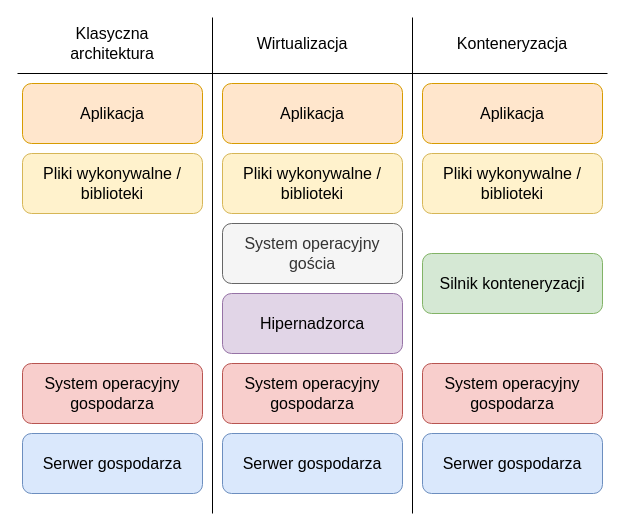
Above: thesis/res/draw.io/virtualizationAndContenerizatrionComparison.drawio in arokasprz100/Bachelor-thesis (draw.io), before the change. Source tidied: cells renumbered, new cells numbered last; positions are measured from the earlier drawing's top-left corner, leaving out a move shared by most shapes. Both pictures are drawn from the tidied source at 100%, with x=0, y=0 at pixel (17, 17).
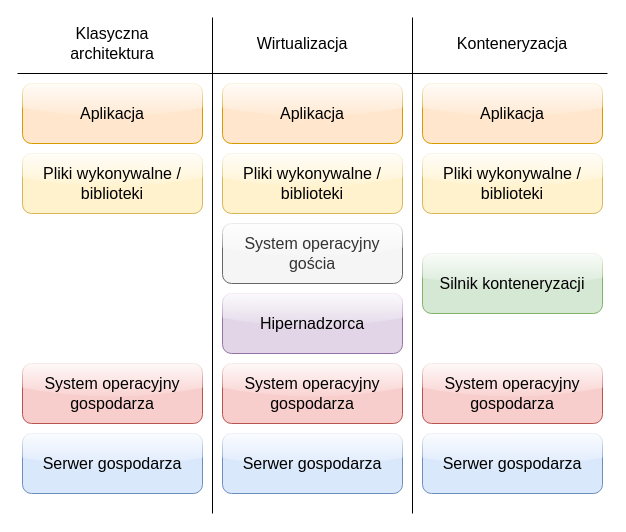
The same page after the edit.

What changed in the source:
```diff
@@
-    <mxCell id="8" value="&lt;font style=&quot;font-size: 16px&quot;&gt;Serwer gospodarza&lt;br&gt;&lt;/font&gt;" style="rounded=1;whiteSpace=wrap;html=1;fillColor=#dae8fc;strokeColor=#6c8ebf;" parent="1" vertex="1">
+    <mxCell id="8" value="&lt;font style=&quot;font-size: 16px&quot;&gt;Serwer gospodarza&lt;br&gt;&lt;/font&gt;" style="rounded=1;whiteSpace=wrap;html=1;fillColor=#dae8fc;strokeColor=#6c8ebf;glass=1;" parent="1" vertex="1">
       <mxGeometry x="5" y="416" width="180" height="60" as="geometry" />
     </mxCell>
-    <mxCell id="9" value="&lt;font style=&quot;font-size: 16px&quot;&gt;System operacyjny gospodarza&lt;/font&gt;" style="rounded=1;whiteSpace=wrap;html=1;fillColor=#f8cecc;strokeColor=#b85450;" parent="1" vertex="1">
+    <mxCell id="9" value="&lt;font style=&quot;font-size: 16px&quot;&gt;System operacyjny gospodarza&lt;/font&gt;" style="rounded=1;whiteSpace=wrap;html=1;fillColor=#f8cecc;strokeColor=#b85450;glass=1;" parent="1" vertex="1">
       <mxGeometry x="5" y="346" width="180" height="60" as="geometry" />
     </mxCell>
-    <mxCell id="10" value="&lt;font style=&quot;font-size: 16px&quot;&gt;Pliki wykonywalne / biblioteki&lt;br&gt;&lt;/font&gt;" style="rounded=1;whiteSpace=wrap;html=1;fillColor=#fff2cc;strokeColor=#d6b656;" parent="1" vertex="1">
+    <mxCell id="10" value="&lt;font style=&quot;font-size: 16px&quot;&gt;Pliki wykonywalne / biblioteki&lt;br&gt;&lt;/font&gt;" style="rounded=1;whiteSpace=wrap;html=1;fillColor=#fff2cc;strokeColor=#d6b656;glass=1;" parent="1" vertex="1">
       <mxGeometry x="5" y="136" width="180" height="60" as="geometry" />
     </mxCell>
-    <mxCell id="11" value="&lt;font style=&quot;font-size: 16px&quot;&gt;Aplikacja&lt;/font&gt;" style="rounded=1;whiteSpace=wrap;html=1;fillColor=#ffe6cc;strokeColor=#d79b00;" parent="1" vertex="1">
+    <mxCell id="11" value="&lt;font style=&quot;font-size: 16px&quot;&gt;Aplikacja&lt;/font&gt;" style="rounded=1;whiteSpace=wrap;html=1;fillColor=#ffe6cc;strokeColor=#d79b00;glass=1;" parent="1" vertex="1">
       <mxGeometry x="5" y="66" width="180" height="60" as="geometry" />
     </mxCell>
-    <mxCell id="12" value="&lt;font style=&quot;font-size: 16px&quot;&gt;Serwer gospodarza&lt;br&gt;&lt;/font&gt;" style="rounded=1;whiteSpace=wrap;html=1;fillColor=#dae8fc;strokeColor=#6c8ebf;" parent="1" vertex="1">
+    <mxCell id="12" value="&lt;font style=&quot;font-size: 16px&quot;&gt;Serwer gospodarza&lt;br&gt;&lt;/font&gt;" style="rounded=1;whiteSpace=wrap;html=1;fillColor=#dae8fc;strokeColor=#6c8ebf;glass=1;" parent="1" vertex="1">
       <mxGeometry x="205" y="416" width="180" height="60" as="geometry" />
     </mxCell>
-    <mxCell id="13" value="&lt;font style=&quot;font-size: 16px&quot;&gt;System operacyjny gospodarza&lt;/font&gt;" style="rounded=1;whiteSpace=wrap;html=1;fillColor=#f8cecc;strokeColor=#b85450;" parent="1" vertex="1">
+    <mxCell id="13" value="&lt;font style=&quot;font-size: 16px&quot;&gt;System operacyjny gospodarza&lt;/font&gt;" style="rounded=1;whiteSpace=wrap;html=1;fillColor=#f8cecc;strokeColor=#b85450;glass=1;" parent="1" vertex="1">
       <mxGeometry x="205" y="346" width="180" height="60" as="geometry" />
     </mxCell>
-    <mxCell id="14" value="&lt;font style=&quot;font-size: 16px&quot;&gt;Pliki wykonywalne / biblioteki&lt;br&gt;&lt;/font&gt;" style="rounded=1;whiteSpace=wrap;html=1;fillColor=#fff2cc;strokeColor=#d6b656;" parent="1" vertex="1">
+    <mxCell id="14" value="&lt;font style=&quot;font-size: 16px&quot;&gt;Pliki wykonywalne / biblioteki&lt;br&gt;&lt;/font&gt;" style="rounded=1;whiteSpace=wrap;html=1;fillColor=#fff2cc;strokeColor=#d6b656;glass=1;" parent="1" vertex="1">
       <mxGeometry x="205" y="136" width="180" height="60" as="geometry" />
     </mxCell>
-    <mxCell id="15" value="&lt;font style=&quot;font-size: 16px&quot;&gt;Aplikacja&lt;/font&gt;" style="rounded=1;whiteSpace=wrap;html=1;fillColor=#ffe6cc;strokeColor=#d79b00;" parent="1" vertex="1">
+    <mxCell id="15" value="&lt;font style=&quot;font-size: 16px&quot;&gt;Aplikacja&lt;/font&gt;" style="rounded=1;whiteSpace=wrap;html=1;fillColor=#ffe6cc;strokeColor=#d79b00;glass=1;" parent="1" vertex="1">
       <mxGeometry x="205" y="66" width="180" height="60" as="geometry" />
     </mxCell>
-    <mxCell id="16" value="&lt;font style=&quot;font-size: 16px&quot;&gt;Hipernadzorca&lt;/font&gt;" style="rounded=1;whiteSpace=wrap;html=1;fillColor=#e1d5e7;strokeColor=#9673a6;" parent="1" vertex="1">
+    <mxCell id="16" value="&lt;font style=&quot;font-size: 16px&quot;&gt;Hipernadzorca&lt;/font&gt;" style="rounded=1;whiteSpace=wrap;html=1;fillColor=#e1d5e7;strokeColor=#9673a6;glass=1;" parent="1" vertex="1">
       <mxGeometry x="205" y="276" width="180" height="60" as="geometry" />
     </mxCell>
-    <mxCell id="17" value="&lt;font style=&quot;font-size: 16px&quot;&gt;System operacyjny gościa&lt;/font&gt;" style="rounded=1;whiteSpace=wrap;html=1;fillColor=#f5f5f5;strokeColor=#666666;fontColor=#333333;" parent="1" vertex="1">
+    <mxCell id="17" value="&lt;font style=&quot;font-size: 16px&quot;&gt;System operacyjny gościa&lt;/font&gt;" style="rounded=1;whiteSpace=wrap;html=1;fillColor=#f5f5f5;strokeColor=#666666;fontColor=#333333;glass=1;" parent="1" vertex="1">
       <mxGeometry x="205" y="206" width="180" height="60" as="geometry" />
     </mxCell>
-    <mxCell id="18" value="&lt;font style=&quot;font-size: 16px&quot;&gt;Serwer gospodarza&lt;br&gt;&lt;/font&gt;" style="rounded=1;whiteSpace=wrap;html=1;fillColor=#dae8fc;strokeColor=#6c8ebf;" parent="1" vertex="1">
+    <mxCell id="18" value="&lt;font style=&quot;font-size: 16px&quot;&gt;Serwer gospodarza&lt;br&gt;&lt;/font&gt;" style="rounded=1;whiteSpace=wrap;html=1;fillColor=#dae8fc;strokeColor=#6c8ebf;glass=1;" parent="1" vertex="1">
       <mxGeometry x="405" y="416" width="180" height="60" as="geometry" />
     </mxCell>
-    <mxCell id="19" value="&lt;font style=&quot;font-size: 16px&quot;&gt;System operacyjny gospodarza&lt;/font&gt;" style="rounded=1;whiteSpace=wrap;html=1;fillColor=#f8cecc;strokeColor=#b85450;" parent="1" vertex="1">
+    <mxCell id="19" value="&lt;font style=&quot;font-size: 16px&quot;&gt;System operacyjny gospodarza&lt;/font&gt;" style="rounded=1;whiteSpace=wrap;html=1;fillColor=#f8cecc;strokeColor=#b85450;glass=1;" parent="1" vertex="1">
       <mxGeometry x="405" y="346" width="180" height="60" as="geometry" />
     </mxCell>
-    <mxCell id="20" value="&lt;font style=&quot;font-size: 16px&quot;&gt;Pliki wykonywalne / biblioteki&lt;br&gt;&lt;/font&gt;" style="rounded=1;whiteSpace=wrap;html=1;fillColor=#fff2cc;strokeColor=#d6b656;" parent="1" vertex="1">
+    <mxCell id="20" value="&lt;font style=&quot;font-size: 16px&quot;&gt;Pliki wykonywalne / biblioteki&lt;br&gt;&lt;/font&gt;" style="rounded=1;whiteSpace=wrap;html=1;fillColor=#fff2cc;strokeColor=#d6b656;glass=1;" parent="1" vertex="1">
       <mxGeometry x="405" y="136" width="180" height="60" as="geometry" />
     </mxCell>
-    <mxCell id="21" value="&lt;font style=&quot;font-size: 16px&quot;&gt;Aplikacja&lt;/font&gt;" style="rounded=1;whiteSpace=wrap;html=1;fillColor=#ffe6cc;strokeColor=#d79b00;" parent="1" vertex="1">
+    <mxCell id="21" value="&lt;font style=&quot;font-size: 16px&quot;&gt;Aplikacja&lt;/font&gt;" style="rounded=1;whiteSpace=wrap;html=1;fillColor=#ffe6cc;strokeColor=#d79b00;glass=1;" parent="1" vertex="1">
       <mxGeometry x="405" y="66" width="180" height="60" as="geometry" />
     </mxCell>
-    <mxCell id="22" value="&lt;font style=&quot;font-size: 16px&quot;&gt;Silnik konteneryzacji&lt;br&gt;&lt;/font&gt;" style="rounded=1;whiteSpace=wrap;html=1;fillColor=#d5e8d4;strokeColor=#82b366;" parent="1" vertex="1">
+    <mxCell id="22" value="&lt;font style=&quot;font-size: 16px&quot;&gt;Silnik konteneryzacji&lt;br&gt;&lt;/font&gt;" style="rounded=1;whiteSpace=wrap;html=1;fillColor=#d5e8d4;strokeColor=#82b366;glass=1;" parent="1" vertex="1">
       <mxGeometry x="405" y="236" width="180" height="60" as="geometry" />
     </mxCell>
```
